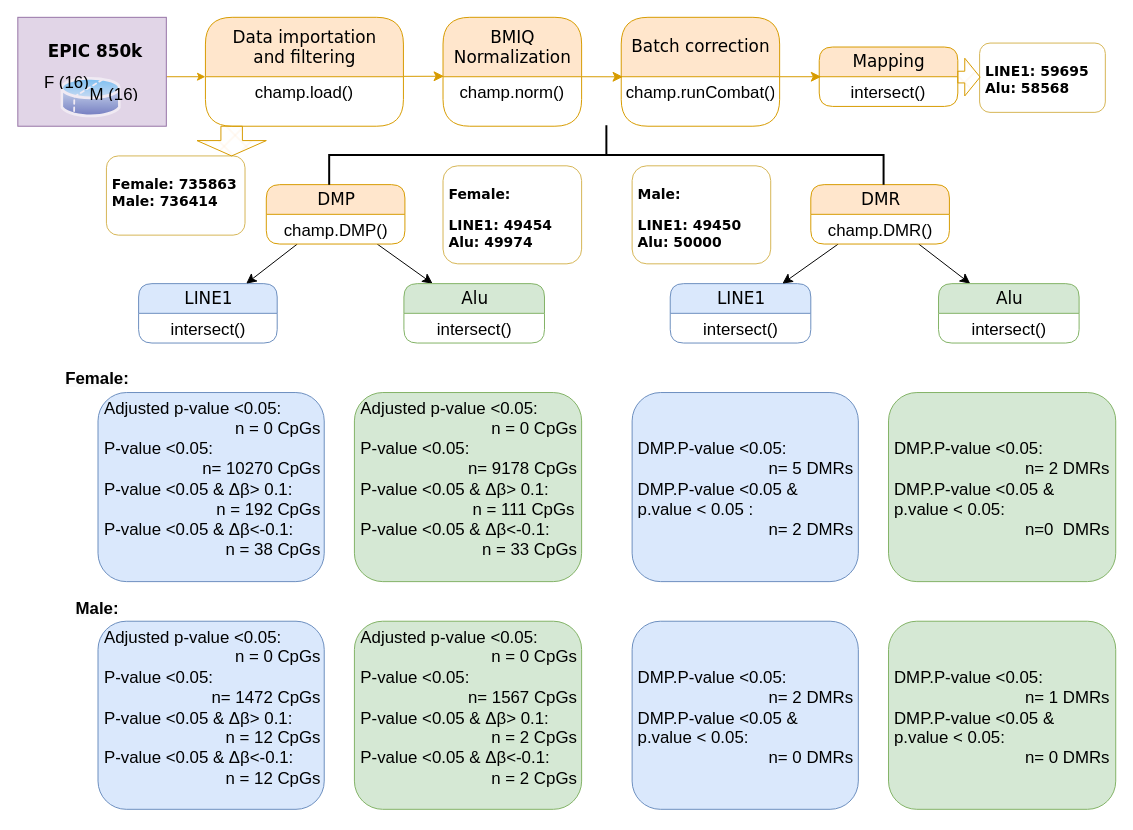
mwLuan/image_storage keeps this draw.io diagram as LBP.drawio. Above is the earlier version. Source tidied: cells renumbered, new cells numbered last; positions are measured from the earlier drawing's top-left corner, leaving out a move shared by most shapes. Both pictures are drawn from the tidied source at 99%, with x=0, y=0 at pixel (17, -123).
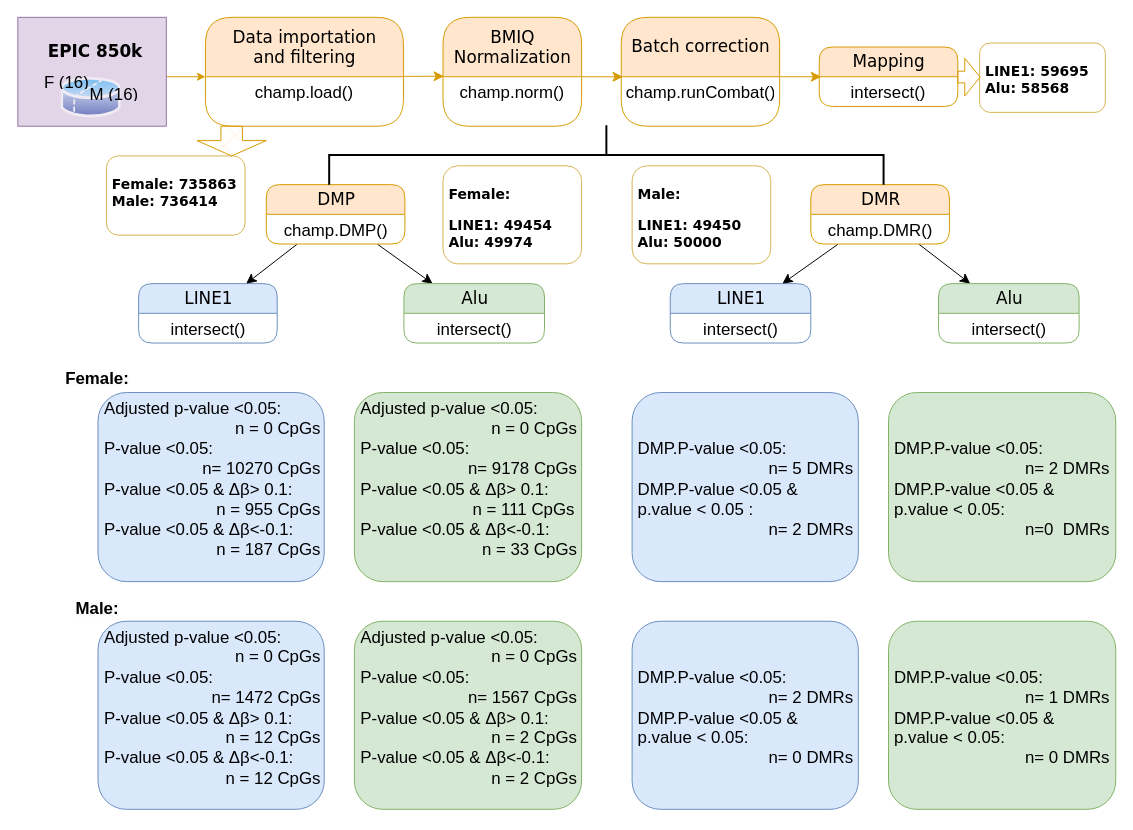
Above is the later version.

Diff of the diagram source:
```diff
@@
-    <mxCell id="27" value="&lt;font style=&quot;font-size: 17px;&quot;&gt;Adjusted p-value &amp;lt;0.05: &lt;br&gt;&amp;nbsp; &amp;nbsp; &amp;nbsp; &amp;nbsp; &amp;nbsp; &amp;nbsp; &amp;nbsp; &amp;nbsp; &amp;nbsp; &amp;nbsp; &amp;nbsp; &amp;nbsp; &amp;nbsp; &amp;nbsp; n = 0 CpGs &lt;br&gt;P-value &amp;lt;0.05: &lt;br&gt;&amp;nbsp; &amp;nbsp; &amp;nbsp; &amp;nbsp; &amp;nbsp; &amp;nbsp; &amp;nbsp; &amp;nbsp; &amp;nbsp; &amp;nbsp; &amp;nbsp;n= 10270 CpGs&lt;br&gt;P-value &amp;lt;0.05 &amp;amp; Δβ&amp;gt; 0.1:&lt;br&gt;&amp;nbsp; &amp;nbsp; &amp;nbsp; &amp;nbsp; &amp;nbsp; &amp;nbsp; &amp;nbsp; &amp;nbsp; &amp;nbsp; &amp;nbsp; &amp;nbsp; &amp;nbsp; n = 192 CpGs&lt;br&gt;P-value &amp;lt;0.05 &amp;amp; Δβ&amp;lt;-0.1: &lt;br&gt;&amp;nbsp; &amp;nbsp; &amp;nbsp; &amp;nbsp; &amp;nbsp; &amp;nbsp; &amp;nbsp; &amp;nbsp; &amp;nbsp; &amp;nbsp; &amp;nbsp; &amp;nbsp; &amp;nbsp; n = 38 CpGs&lt;/font&gt;" style="text;html=1;spacingLeft=4;spacingRight=4;whiteSpace=wrap;overflow=hidden;align=left;rounded=1;fillColor=#dae8fc;strokeColor=#6c8ebf;" parent="1" vertex="1">
+    <mxCell id="27" value="&lt;font style=&quot;font-size: 17px;&quot;&gt;Adjusted p-value &amp;lt;0.05: &lt;br&gt;&amp;nbsp; &amp;nbsp; &amp;nbsp; &amp;nbsp; &amp;nbsp; &amp;nbsp; &amp;nbsp; &amp;nbsp; &amp;nbsp; &amp;nbsp; &amp;nbsp; &amp;nbsp; &amp;nbsp; &amp;nbsp; n = 0 CpGs &lt;br&gt;P-value &amp;lt;0.05: &lt;br&gt;&amp;nbsp; &amp;nbsp; &amp;nbsp; &amp;nbsp; &amp;nbsp; &amp;nbsp; &amp;nbsp; &amp;nbsp; &amp;nbsp; &amp;nbsp; &amp;nbsp;n= 10270 CpGs&lt;br&gt;P-value &amp;lt;0.05 &amp;amp; Δβ&amp;gt; 0.1:&lt;br&gt;&amp;nbsp; &amp;nbsp; &amp;nbsp; &amp;nbsp; &amp;nbsp; &amp;nbsp; &amp;nbsp; &amp;nbsp; &amp;nbsp; &amp;nbsp; &amp;nbsp; &amp;nbsp; n = 955 CpGs&lt;br&gt;P-value &amp;lt;0.05 &amp;amp; Δβ&amp;lt;-0.1: &lt;br&gt;&amp;nbsp; &amp;nbsp; &amp;nbsp; &amp;nbsp; &amp;nbsp; &amp;nbsp; &amp;nbsp; &amp;nbsp; &amp;nbsp; &amp;nbsp; &amp;nbsp; &amp;nbsp; n = 187 CpGs&lt;/font&gt;" style="text;html=1;spacingLeft=4;spacingRight=4;whiteSpace=wrap;overflow=hidden;align=left;rounded=1;fillColor=#dae8fc;strokeColor=#6c8ebf;" parent="1" vertex="1">
       <mxGeometry x="81.5" y="520" width="228.5" height="191" as="geometry" />
     </mxCell>
```
